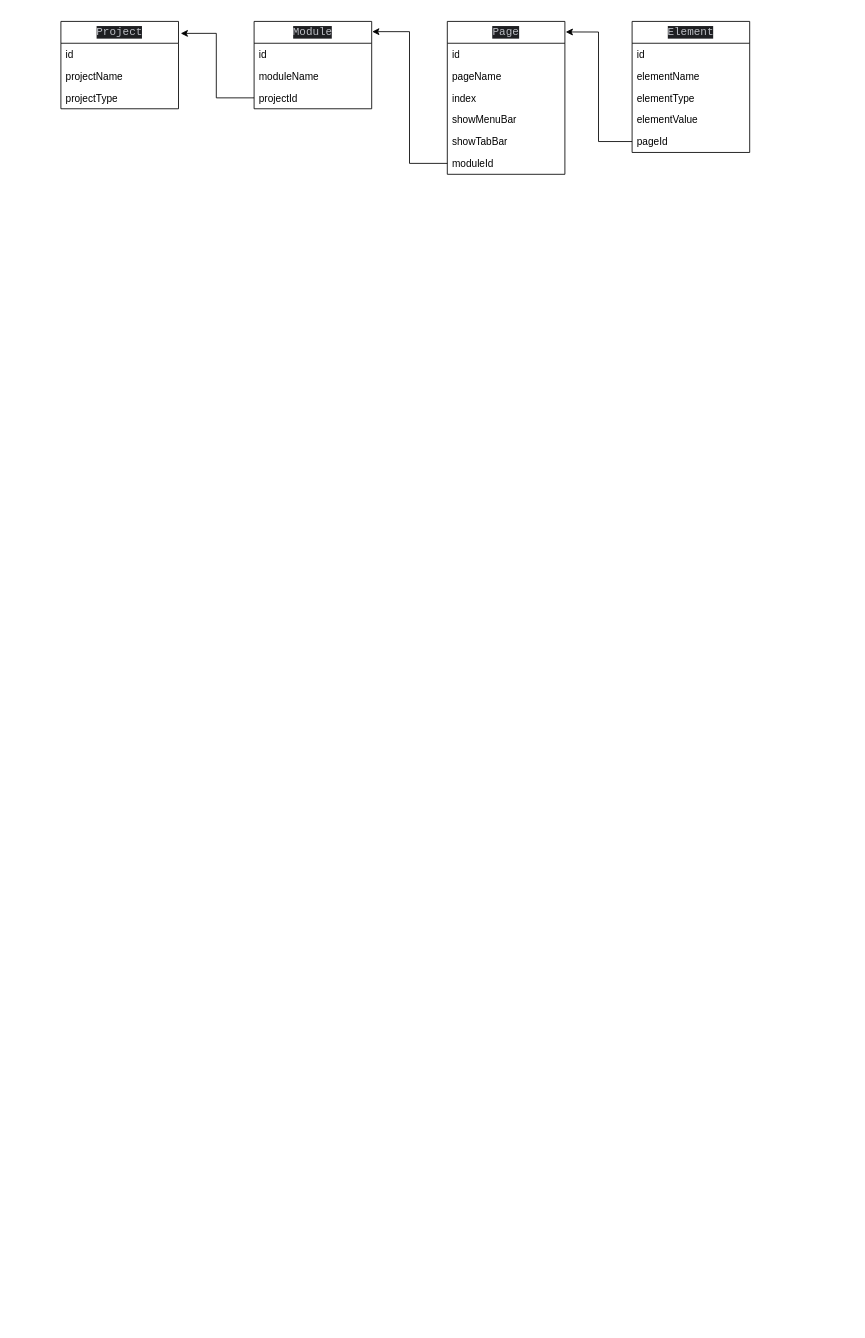
chengmo23/draw.io keeps this draw.io diagram as appium.drawio. Above is the earlier version. Source tidied: cells renumbered, new cells numbered last; positions are measured from the earlier drawing's top-left corner, leaving out a move shared by most shapes. Both pictures are drawn from the tidied source at 84%, with x=0, y=0 at pixel (60, 21).
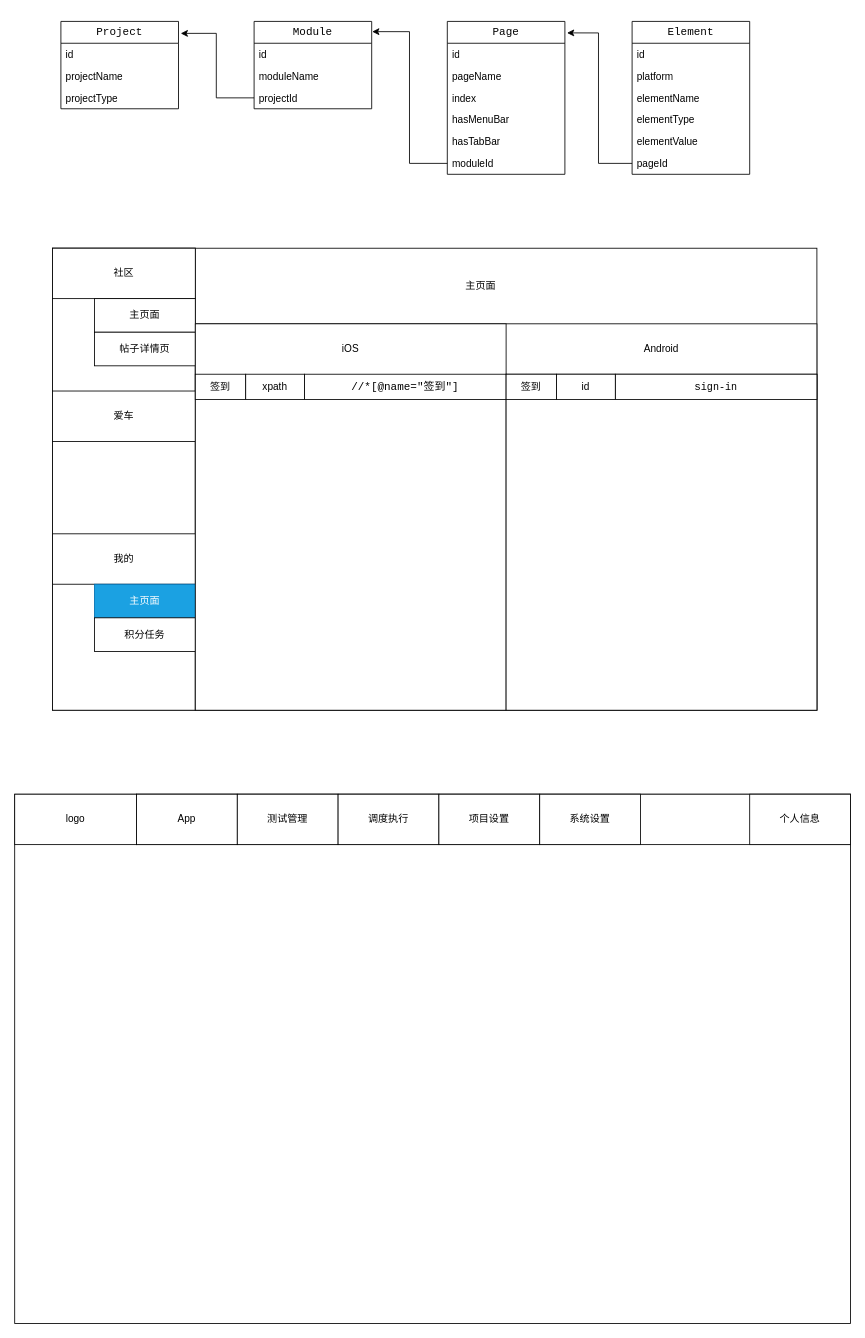
After the change.

The edit, as a diff of the source:
```diff
@@
-    <mxCell id="2" value="&lt;div style=&quot;background-color:#1e1f22;color:#bcbec4&quot;&gt;&lt;pre style=&quot;font-family:'JetBrains Mono',monospace;font-size:9.8pt;&quot;&gt;Project&lt;/pre&gt;&lt;/div&gt;" style="swimlane;fontStyle=0;horizontal=1;startSize=26;fillColor=none;whiteSpace=wrap;html=1;" parent="1" vertex="1">
+    <mxCell id="2" value="&lt;div style=&quot;&quot;&gt;&lt;pre style=&quot;font-family: &amp;quot;JetBrains Mono&amp;quot;, monospace; font-size: 9.8pt;&quot;&gt;Project&lt;/pre&gt;&lt;/div&gt;" style="swimlane;fontStyle=0;horizontal=1;startSize=26;fillColor=none;whiteSpace=wrap;html=1;" parent="1" vertex="1">
       <mxGeometry width="140" height="104" as="geometry" />
     </mxCell>
@@
-    <mxCell id="6" value="&lt;div style=&quot;background-color:#1e1f22;color:#bcbec4&quot;&gt;&lt;pre style=&quot;font-family:'JetBrains Mono',monospace;font-size:9.8pt;&quot;&gt;&lt;div&gt;&lt;pre style=&quot;font-family:'JetBrains Mono',monospace;font-size:9.8pt;&quot;&gt;Module&lt;/pre&gt;&lt;/div&gt;&lt;/pre&gt;&lt;/div&gt;" style="swimlane;fontStyle=0;horizontal=1;startSize=26;fillColor=none;whiteSpace=wrap;html=1;" parent="1" vertex="1">
+    <mxCell id="6" value="&lt;div style=&quot;&quot;&gt;&lt;pre style=&quot;font-family: &amp;quot;JetBrains Mono&amp;quot;, monospace; font-size: 9.8pt;&quot;&gt;&lt;div style=&quot;&quot;&gt;&lt;pre style=&quot;font-family: &amp;quot;JetBrains Mono&amp;quot;, monospace; font-size: 9.8pt;&quot;&gt;Module&lt;/pre&gt;&lt;/div&gt;&lt;/pre&gt;&lt;/div&gt;" style="swimlane;fontStyle=0;horizontal=1;startSize=26;fillColor=none;whiteSpace=wrap;html=1;" parent="1" vertex="1">
       <mxGeometry x="230" width="140" height="104" as="geometry" />
     </mxCell>
@@
-    <mxCell id="11" value="&lt;div style=&quot;background-color:#1e1f22;color:#bcbec4&quot;&gt;&lt;pre style=&quot;font-family:'JetBrains Mono',monospace;font-size:9.8pt;&quot;&gt;&lt;pre style=&quot;font-family:'JetBrains Mono',monospace;font-size:9.8pt;&quot;&gt;&lt;div&gt;&lt;pre style=&quot;font-family:'JetBrains Mono',monospace;font-size:9.8pt;&quot;&gt;Page&lt;/pre&gt;&lt;/div&gt;&lt;/pre&gt;&lt;/pre&gt;&lt;/div&gt;" style="swimlane;fontStyle=0;horizontal=1;startSize=26;fillColor=none;whiteSpace=wrap;html=1;" parent="1" vertex="1">
+    <mxCell id="11" value="&lt;div style=&quot;&quot;&gt;&lt;pre style=&quot;font-family: &amp;quot;JetBrains Mono&amp;quot;, monospace; font-size: 9.8pt;&quot;&gt;&lt;pre style=&quot;font-family: &amp;quot;JetBrains Mono&amp;quot;, monospace; font-size: 9.8pt;&quot;&gt;&lt;div style=&quot;&quot;&gt;&lt;pre style=&quot;font-family: &amp;quot;JetBrains Mono&amp;quot;, monospace; font-size: 9.8pt;&quot;&gt;Page&lt;/pre&gt;&lt;/div&gt;&lt;/pre&gt;&lt;/pre&gt;&lt;/div&gt;" style="swimlane;fontStyle=0;horizontal=1;startSize=26;fillColor=none;whiteSpace=wrap;html=1;" parent="1" vertex="1">
       <mxGeometry x="460" width="140" height="182" as="geometry" />
     </mxCell>
@@
-    <mxCell id="15" value="showMenuBar" style="text;strokeColor=none;fillColor=none;align=left;verticalAlign=top;spacingLeft=4;spacingRight=4;overflow=hidden;whiteSpace=wrap;html=1;" parent="11" vertex="1">
+    <mxCell id="15" value="hasMenuBar" style="text;strokeColor=none;fillColor=none;align=left;verticalAlign=top;spacingLeft=4;spacingRight=4;overflow=hidden;whiteSpace=wrap;html=1;" parent="11" vertex="1">
       <mxGeometry y="104" width="140" height="26" as="geometry" />
     </mxCell>
-    <mxCell id="16" value="showTabBar" style="text;strokeColor=none;fillColor=none;align=left;verticalAlign=top;spacingLeft=4;spacingRight=4;overflow=hidden;whiteSpace=wrap;html=1;" parent="11" vertex="1">
+    <mxCell id="16" value="hasTabBar" style="text;strokeColor=none;fillColor=none;align=left;verticalAlign=top;spacingLeft=4;spacingRight=4;overflow=hidden;whiteSpace=wrap;html=1;" parent="11" vertex="1">
       <mxGeometry y="130" width="140" height="26" as="geometry" />
     </mxCell>
@@
-    <mxCell id="19" value="&lt;div style=&quot;background-color:#1e1f22;color:#bcbec4&quot;&gt;&lt;pre style=&quot;font-family:'JetBrains Mono',monospace;font-size:9.8pt;&quot;&gt;&lt;pre style=&quot;font-family:'JetBrains Mono',monospace;font-size:9.8pt;&quot;&gt;&lt;pre style=&quot;font-family:'JetBrains Mono',monospace;font-size:9.8pt;&quot;&gt;&lt;div&gt;&lt;pre style=&quot;font-family:'JetBrains Mono',monospace;font-size:9.8pt;&quot;&gt;Element&lt;/pre&gt;&lt;/div&gt;&lt;/pre&gt;&lt;/pre&gt;&lt;/pre&gt;&lt;/div&gt;" style="swimlane;fontStyle=0;horizontal=1;startSize=26;fillColor=none;whiteSpace=wrap;html=1;" parent="1" vertex="1">
-      <mxGeometry x="680" width="140" height="156" as="geometry" />
+    <mxCell id="19" value="&lt;div style=&quot;&quot;&gt;&lt;pre style=&quot;font-family: &amp;quot;JetBrains Mono&amp;quot;, monospace; font-size: 9.8pt;&quot;&gt;&lt;pre style=&quot;font-family: &amp;quot;JetBrains Mono&amp;quot;, monospace; font-size: 9.8pt;&quot;&gt;&lt;pre style=&quot;font-family: &amp;quot;JetBrains Mono&amp;quot;, monospace; font-size: 9.8pt;&quot;&gt;&lt;div style=&quot;&quot;&gt;&lt;pre style=&quot;font-family: &amp;quot;JetBrains Mono&amp;quot;, monospace; font-size: 9.8pt;&quot;&gt;Element&lt;/pre&gt;&lt;/div&gt;&lt;/pre&gt;&lt;/pre&gt;&lt;/pre&gt;&lt;/div&gt;" style="swimlane;fontStyle=0;horizontal=1;startSize=26;fillColor=none;whiteSpace=wrap;html=1;" parent="1" vertex="1">
+      <mxGeometry x="680" width="140" height="182" as="geometry" />
     </mxCell>
@@
+    <mxCell id="26" value="platform" style="text;strokeColor=none;fillColor=none;align=left;verticalAlign=top;spacingLeft=4;spacingRight=4;overflow=hidden;whiteSpace=wrap;html=1;" parent="19" vertex="1">
+      <mxGeometry y="52" width="140" height="26" as="geometry" />
+    </mxCell>
     <mxCell id="21" value="elementName" style="text;strokeColor=none;fillColor=none;align=left;verticalAlign=top;spacingLeft=4;spacingRight=4;overflow=hidden;whiteSpace=wrap;html=1;" parent="19" vertex="1">
-      <mxGeometry y="52" width="140" height="26" as="geometry" />
+      <mxGeometry y="78" width="140" height="26" as="geometry" />
     </mxCell>
     <mxCell id="22" value="elementType" style="text;strokeColor=none;fillColor=none;align=left;verticalAlign=top;spacingLeft=4;spacingRight=4;overflow=hidden;whiteSpace=wrap;html=1;" parent="19" vertex="1">
-      <mxGeometry y="78" width="140" height="26" as="geometry" />
+      <mxGeometry y="104" width="140" height="26" as="geometry" />
     </mxCell>
     <mxCell id="23" value="elementValue" style="text;strokeColor=none;fillColor=none;align=left;verticalAlign=top;spacingLeft=4;spacingRight=4;overflow=hidden;whiteSpace=wrap;html=1;" parent="19" vertex="1">
-      <mxGeometry y="104" width="140" height="26" as="geometry" />
+      <mxGeometry y="130" width="140" height="26" as="geometry" />
     </mxCell>
     <mxCell id="24" value="pageId" style="text;strokeColor=none;fillColor=none;align=left;verticalAlign=top;spacingLeft=4;spacingRight=4;overflow=hidden;points=[[0,0.5],[1,0.5]];portConstraint=eastwest;whiteSpace=wrap;html=1;" parent="19" vertex="1">
-      <mxGeometry y="130" width="140" height="26" as="geometry" />
+      <mxGeometry y="156" width="140" height="26" as="geometry" />
     </mxCell>
-    <mxCell id="25" style="edgeStyle=orthogonalEdgeStyle;rounded=0;jettySize=auto;html=1;entryX=1.007;entryY=0.069;entryDx=0;entryDy=0;entryPerimeter=0;" parent="1" edge="1" source="24" target="11">
-      <mxGeometry relative="1" as="geometry">
-        <Array as="points">
-          <mxPoint x="640" y="143" />
-          <mxPoint x="640" y="13" />
-        </Array>
-      </mxGeometry>
+    <mxCell id="25" style="edgeStyle=orthogonalEdgeStyle;rounded=0;jettySize=auto;html=1;entryX=1.018;entryY=0.075;entryDx=0;entryDy=0;entryPerimeter=0;" parent="1" edge="1" source="24" target="11">
+      <mxGeometry relative="1" as="geometry" />
     </mxCell>
+    <mxCell id="27" style="rounded=0;whiteSpace=wrap;html=1;" parent="1" vertex="1">
+      <mxGeometry x="-10" y="270" width="910" height="550" as="geometry" />
+    </mxCell>
+    <mxCell id="28" style="rounded=0;whiteSpace=wrap;html=1;" parent="1" vertex="1">
+      <mxGeometry x="-10" y="270" width="170" height="550" as="geometry" />
+    </mxCell>
+    <mxCell id="29" style="rounded=0;whiteSpace=wrap;html=1;" parent="1" vertex="1">
+      <mxGeometry x="160" y="360" width="740" height="460" as="geometry" />
+    </mxCell>
+    <mxCell id="30" value="主页面" style="text;html=1;strokeColor=none;fillColor=none;align=center;verticalAlign=middle;whiteSpace=wrap;rounded=0;" parent="1" vertex="1">
+      <mxGeometry x="470" y="300" width="60" height="30" as="geometry" />
+    </mxCell>
+    <mxCell id="31" value="社区&lt;br&gt;" style="rounded=0;whiteSpace=wrap;html=1;" parent="1" vertex="1">
+      <mxGeometry x="-10" y="270" width="170" height="60" as="geometry" />
+    </mxCell>
+    <mxCell id="32" value="爱车" style="rounded=0;whiteSpace=wrap;html=1;" parent="1" vertex="1">
+      <mxGeometry x="-10" y="440" width="170" height="60" as="geometry" />
+    </mxCell>
+    <mxCell id="33" value="我的" style="rounded=0;whiteSpace=wrap;html=1;" parent="1" vertex="1">
+      <mxGeometry x="-10" y="610" width="170" height="60" as="geometry" />
+    </mxCell>
+    <mxCell id="34" value="主页面" style="rounded=0;whiteSpace=wrap;html=1;" parent="1" vertex="1">
+      <mxGeometry x="40" y="330" width="120" height="40" as="geometry" />
+    </mxCell>
+    <mxCell id="35" value="帖子详情页" style="rounded=0;whiteSpace=wrap;html=1;" parent="1" vertex="1">
+      <mxGeometry x="40" y="370" width="120" height="40" as="geometry" />
+    </mxCell>
+    <mxCell id="36" value="主页面" style="rounded=0;whiteSpace=wrap;html=1;fillColor=#1ba1e2;fontColor=#ffffff;strokeColor=#006EAF;" parent="1" vertex="1">
+      <mxGeometry x="40" y="670" width="120" height="40" as="geometry" />
+    </mxCell>
+    <mxCell id="37" value="积分任务" style="rounded=0;whiteSpace=wrap;html=1;" parent="1" vertex="1">
+      <mxGeometry x="40" y="710" width="120" height="40" as="geometry" />
+    </mxCell>
+    <mxCell id="38" style="rounded=0;whiteSpace=wrap;html=1;" parent="1" vertex="1">
+      <mxGeometry x="160" y="360" width="370" height="460" as="geometry" />
+    </mxCell>
+    <mxCell id="39" style="rounded=0;whiteSpace=wrap;html=1;" parent="1" vertex="1">
+      <mxGeometry x="530" y="420" width="370" height="400" as="geometry" />
+    </mxCell>
+    <mxCell id="40" value="iOS" style="text;html=1;strokeColor=none;fillColor=none;align=center;verticalAlign=middle;whiteSpace=wrap;rounded=0;" parent="1" vertex="1">
+      <mxGeometry x="315" y="375" width="60" height="30" as="geometry" />
+    </mxCell>
+    <mxCell id="41" value="Android" style="text;html=1;strokeColor=none;fillColor=none;align=center;verticalAlign=middle;whiteSpace=wrap;rounded=0;" parent="1" vertex="1">
+      <mxGeometry x="685" y="375" width="60" height="30" as="geometry" />
+    </mxCell>
+    <mxCell id="42" value="签到" style="rounded=0;whiteSpace=wrap;html=1;" parent="1" vertex="1">
+      <mxGeometry x="160" y="420" width="60" height="30" as="geometry" />
+    </mxCell>
+    <mxCell id="43" value="&lt;div style=&quot;&quot;&gt;&lt;pre style=&quot;font-size: 9.8pt;&quot;&gt;&lt;font style=&quot;&quot; face=&quot;JetBrains Mono, monospace&quot;&gt;//*[@name=&lt;/font&gt;&lt;span style=&quot;font-family: &amp;quot;JetBrains Mono&amp;quot;, monospace;&quot;&gt;&quot;&lt;/span&gt;&lt;font style=&quot;&quot; face=&quot;Menlo-Regular, monospace&quot;&gt;签到&lt;/font&gt;&lt;span style=&quot;font-family: &amp;quot;JetBrains Mono&amp;quot;, monospace;&quot;&gt;&quot;&lt;/span&gt;&lt;span style=&quot;font-family: &amp;quot;JetBrains Mono&amp;quot;, monospace;&quot;&gt;]&lt;/span&gt;&lt;/pre&gt;&lt;/div&gt;" style="rounded=0;whiteSpace=wrap;html=1;" parent="1" vertex="1">
+      <mxGeometry x="290" y="420" width="240" height="30" as="geometry" />
+    </mxCell>
+    <mxCell id="44" value="xpath" style="rounded=0;whiteSpace=wrap;html=1;" parent="1" vertex="1">
+      <mxGeometry x="220" y="420" width="70" height="30" as="geometry" />
+    </mxCell>
+    <mxCell id="45" value="签到" style="rounded=0;whiteSpace=wrap;html=1;" parent="1" vertex="1">
+      <mxGeometry x="530" y="420" width="60" height="30" as="geometry" />
+    </mxCell>
+    <mxCell id="46" value="&lt;div style=&quot;&quot;&gt;&lt;pre style=&quot;&quot;&gt;&lt;font style=&quot;font-size: 9.8pt;&quot; face=&quot;JetBrains Mono, monospace&quot;&gt;s&lt;/font&gt;&lt;font style=&quot;&quot; face=&quot;JetBrains Mono, monospace&quot;&gt;ign-in&lt;/font&gt;&lt;/pre&gt;&lt;/div&gt;" style="rounded=0;whiteSpace=wrap;html=1;" parent="1" vertex="1">
+      <mxGeometry x="660" y="420" width="240" height="30" as="geometry" />
+    </mxCell>
+    <mxCell id="47" value="id" style="rounded=0;whiteSpace=wrap;html=1;" parent="1" vertex="1">
+      <mxGeometry x="590" y="420" width="70" height="30" as="geometry" />
+    </mxCell>
+    <mxCell id="48" style="rounded=0;whiteSpace=wrap;html=1;" parent="1" vertex="1">
+      <mxGeometry x="-55" y="920" width="995" height="630" as="geometry" />
+    </mxCell>
+    <mxCell id="49" style="rounded=0;whiteSpace=wrap;html=1;" parent="1" vertex="1">
+      <mxGeometry x="90" y="920" width="850" height="60" as="geometry" />
+    </mxCell>
+    <mxCell id="50" value="logo" style="rounded=0;whiteSpace=wrap;html=1;" parent="1" vertex="1">
+      <mxGeometry x="-55" y="920" width="145" height="60" as="geometry" />
+    </mxCell>
+    <mxCell id="51" value="App" style="rounded=0;whiteSpace=wrap;html=1;" parent="1" vertex="1">
+      <mxGeometry x="90" y="920" width="120" height="60" as="geometry" />
+    </mxCell>
+    <mxCell id="52" value="测试管理" style="rounded=0;whiteSpace=wrap;html=1;" parent="1" vertex="1">
+      <mxGeometry x="210" y="920" width="120" height="60" as="geometry" />
+    </mxCell>
+    <mxCell id="53" value="调度执行" style="rounded=0;whiteSpace=wrap;html=1;" parent="1" vertex="1">
+      <mxGeometry x="330" y="920" width="120" height="60" as="geometry" />
+    </mxCell>
+    <mxCell id="54" value="项目设置" style="rounded=0;whiteSpace=wrap;html=1;" parent="1" vertex="1">
+      <mxGeometry x="450" y="920" width="120" height="60" as="geometry" />
+    </mxCell>
+    <mxCell id="55" value="个人信息" style="rounded=0;whiteSpace=wrap;html=1;" parent="1" vertex="1">
+      <mxGeometry x="820" y="920" width="120" height="60" as="geometry" />
+    </mxCell>
+    <mxCell id="56" value="系统设置" style="rounded=0;whiteSpace=wrap;html=1;" parent="1" vertex="1">
+      <mxGeometry x="570" y="920" width="120" height="60" as="geometry" />
+    </mxCell>
```
